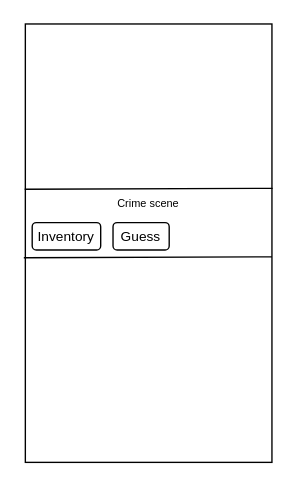
This is Map View.drawio from louisslater/AR-Detective-Game, a draw.io file, before an edit. Source tidied: cells renumbered, new cells numbered last; positions are measured from the earlier drawing's top-left corner, leaving out a move shared by most shapes. Both pictures are drawn from the tidied source at 137%, with x=0, y=0 at pixel (23, 23).
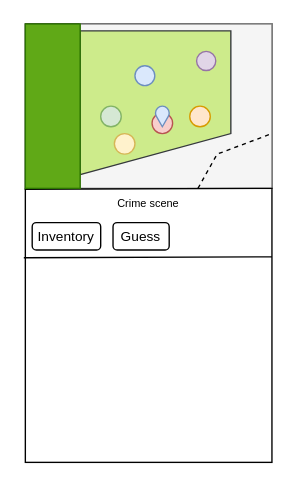
Above is the later version.

Unchanged cells that the change refers to:
```xml
<mxCell id="2" style="rounded=0;whiteSpace=wrap;html=1;" parent="1" vertex="1">
  <mxGeometry x="1" width="180" height="320" as="geometry" />
</mxCell>
```

Diff of the diagram source:
```diff
@@
+    <mxCell id="8" style="rounded=0;whiteSpace=wrap;html=1;fillColor=#f5f5f5;fontColor=#333333;strokeColor=#818181;" parent="1" vertex="1">
+      <mxGeometry x="151" width="30" height="120" as="geometry" />
+    </mxCell>
+    <mxCell id="9" style="rounded=0;whiteSpace=wrap;html=1;fillColor=#f5f5f5;fontColor=#333333;strokeColor=#818181;" parent="1" vertex="1">
+      <mxGeometry x="41" width="140" height="120" as="geometry" />
+    </mxCell>
+    <mxCell id="10" style="shape=manualInput;whiteSpace=wrap;html=1;rotation=-180;fillColor=#cdeb8b;strokeColor=#36393d;" parent="1" vertex="1">
+      <mxGeometry x="41" y="5" width="110" height="105" as="geometry" />
+    </mxCell>
@@
+    <mxCell id="11" style="ellipse;whiteSpace=wrap;html=1;fillColor=#f8cecc;strokeColor=#b85450;" parent="1" vertex="1">
+      <mxGeometry x="93.5" y="65" width="15" height="15" as="geometry" />
+    </mxCell>
+    <mxCell id="12" style="verticalLabelPosition=bottom;verticalAlign=top;html=1;shape=mxgraph.basic.drop;rotation=-180;fillColor=#dae8fc;strokeColor=#6c8ebf;" parent="1" vertex="1">
+      <mxGeometry x="96" y="60" width="10" height="15" as="geometry" />
+    </mxCell>
+    <mxCell id="13" style="ellipse;whiteSpace=wrap;html=1;fillColor=#d5e8d4;strokeColor=#82b366;" parent="1" vertex="1">
+      <mxGeometry x="56" y="60" width="15" height="15" as="geometry" />
+    </mxCell>
+    <mxCell id="14" style="ellipse;whiteSpace=wrap;html=1;fillColor=#e1d5e7;strokeColor=#9673a6;" parent="1" vertex="1">
+      <mxGeometry x="126" y="20" width="14" height="14" as="geometry" />
+    </mxCell>
+    <mxCell id="15" style="ellipse;whiteSpace=wrap;html=1;fillColor=#ffe6cc;strokeColor=#d79b00;" parent="1" vertex="1">
+      <mxGeometry x="121" y="60" width="15" height="15" as="geometry" />
+    </mxCell>
+    <mxCell id="16" style="ellipse;whiteSpace=wrap;html=1;fillColor=#fff2cc;strokeColor=#d6b656;" parent="1" vertex="1">
+      <mxGeometry x="66" y="80" width="15" height="15" as="geometry" />
+    </mxCell>
+    <mxCell id="17" style="ellipse;whiteSpace=wrap;html=1;fillColor=#dae8fc;strokeColor=#6c8ebf;" parent="1" vertex="1">
+      <mxGeometry x="81" y="30.5" width="14.5" height="14.5" as="geometry" />
+    </mxCell>
+    <mxCell id="18" style="endArrow=none;dashed=1;html=1;rounded=0;entryX=1;entryY=0.25;entryDx=0;entryDy=0;" parent="1" edge="1" target="2">
+      <mxGeometry relative="1" as="geometry">
+        <mxPoint x="127" y="120" as="sourcePoint" />
+        <Array as="points">
+          <mxPoint x="141" y="95" />
+        </Array>
+      </mxGeometry>
+    </mxCell>
+    <mxCell id="19" style="rounded=0;whiteSpace=wrap;html=1;fillColor=#60a917;fontColor=#ffffff;strokeColor=#2D7600;" parent="1" vertex="1">
+      <mxGeometry x="1" width="40" height="120" as="geometry" />
+    </mxCell>
```
